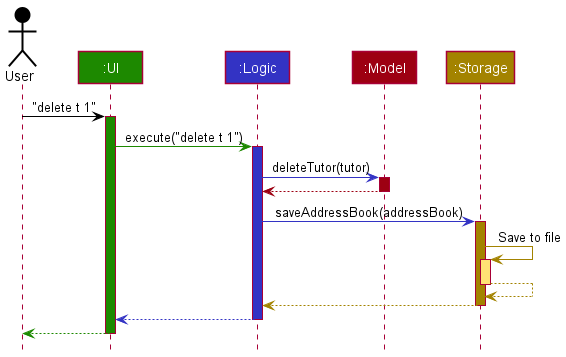
This is docs/images/ArchitectureSequenceDiagram.png from tenebrius1/tp, a PlantUML export, as it was before one commit. Its diagram source:
```plantuml
@startuml
!include style.puml

Actor User as user USER_COLOR
Participant ":UI" as ui UI_COLOR
Participant ":Logic" as logic LOGIC_COLOR
Participant ":Model" as model MODEL_COLOR
Participant ":Storage" as storage STORAGE_COLOR

user -[USER_COLOR]> ui : "delete t 1"
activate ui UI_COLOR

ui -[UI_COLOR]> logic : execute("delete t 1")
activate logic LOGIC_COLOR

logic -[LOGIC_COLOR]> model : deleteTutor(tutor)
activate model MODEL_COLOR

model -[MODEL_COLOR]-> logic
deactivate model

logic -[LOGIC_COLOR]> storage : saveAddressBook(addressBook)
activate storage STORAGE_COLOR

storage -[STORAGE_COLOR]> storage : Save to file
activate storage STORAGE_COLOR_T1
storage --[STORAGE_COLOR]> storage
deactivate storage

storage --[STORAGE_COLOR]> logic
deactivate storage

logic --[LOGIC_COLOR]> ui
deactivate logic

ui--[UI_COLOR]> user
deactivate ui
@enduml
```
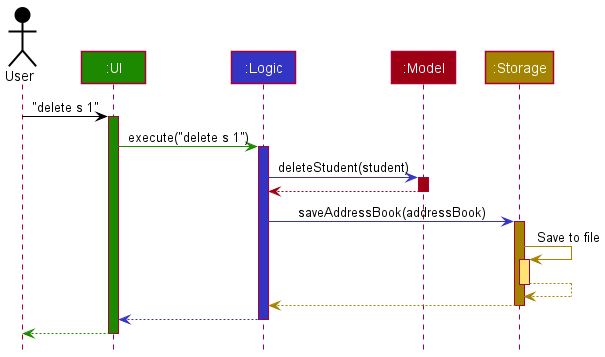
Later version of the same file.

Commit message:
Fix incorrect picture for one of the diagrams

What changed in the source:
```diff
@@ -7,13 +7,13 @@
 Participant ":Model" as model MODEL_COLOR
 Participant ":Storage" as storage STORAGE_COLOR
 
-user -[USER_COLOR]> ui : "delete t 1"
+user -[USER_COLOR]> ui : "delete s 1"
 activate ui UI_COLOR
 
-ui -[UI_COLOR]> logic : execute("delete t 1")
+ui -[UI_COLOR]> logic : execute("delete s 1")
 activate logic LOGIC_COLOR
 
-logic -[LOGIC_COLOR]> model : deleteTutor(tutor)
+logic -[LOGIC_COLOR]> model : deleteStudent(student)
 activate model MODEL_COLOR
 
 model -[MODEL_COLOR]-> logic
```
